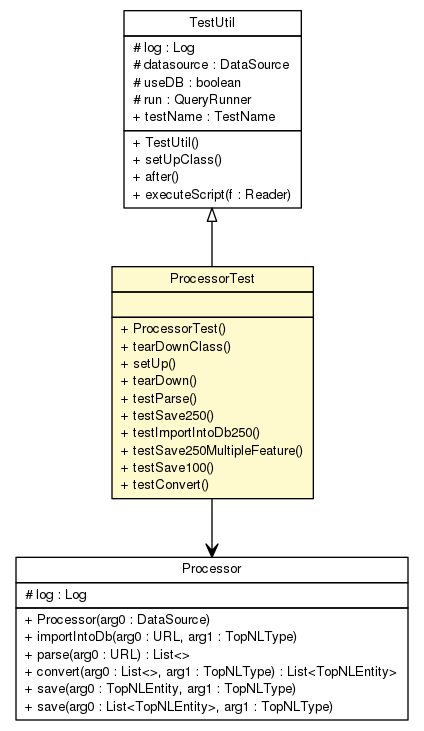
B3Partners/brmo keeps this Graphviz diagram as topnlparser/testapidocs/nl/b3p/topnl/ProcessorTest.png. Above is the earlier version. Its source is kept beside it as topnlparser/testapidocs/nl/b3p/topnl/ProcessorTest.dot. The source it was exported from:
```dot

digraph G {
	edge [fontname="Helvetica",fontsize=10,labelfontname="Helvetica",labelfontsize=10];
	node [fontname="Helvetica",fontsize=10,shape=plaintext];
	nodesep=0.25;
	ranksep=0.5;
	c82 [label=<<table title="nl.b3p.topnl.ProcessorTest" border="0" cellborder="1" cellspacing="0" cellpadding="2" port="p" bgcolor="lemonChiffon" href="./ProcessorTest.html">
		<tr><td><table border="0" cellspacing="0" cellpadding="1">
<tr><td align="center" balign="center"> ProcessorTest </td></tr>
		</table></td></tr>
		<tr><td><table border="0" cellspacing="0" cellpadding="1">
<tr><td align="left" balign="left">  </td></tr>
		</table></td></tr>
		<tr><td><table border="0" cellspacing="0" cellpadding="1">
<tr><td align="left" balign="left"> + ProcessorTest() </td></tr>
<tr><td align="left" balign="left"> + tearDownClass() </td></tr>
<tr><td align="left" balign="left"> + setUp() </td></tr>
<tr><td align="left" balign="left"> + tearDown() </td></tr>
<tr><td align="left" balign="left"> + testParse() </td></tr>
<tr><td align="left" balign="left"> + testSave250() </td></tr>
<tr><td align="left" balign="left"> + testImportIntoDb250() </td></tr>
<tr><td align="left" balign="left"> + testSave250MultipleFeature() </td></tr>
<tr><td align="left" balign="left"> + testSave100() </td></tr>
<tr><td align="left" balign="left"> + testConvert() </td></tr>
		</table></td></tr>
		</table>>, URL="./ProcessorTest.html", fontname="Helvetica", fontcolor="black", fontsize=10.0];
	c83 [label=<<table title="nl.b3p.topnl.TestUtil" border="0" cellborder="1" cellspacing="0" cellpadding="2" port="p" href="./TestUtil.html">
		<tr><td><table border="0" cellspacing="0" cellpadding="1">
<tr><td align="center" balign="center"> TestUtil </td></tr>
		</table></td></tr>
		<tr><td><table border="0" cellspacing="0" cellpadding="1">
<tr><td align="left" balign="left"> # log : Log </td></tr>
<tr><td align="left" balign="left"> # datasource : DataSource </td></tr>
<tr><td align="left" balign="left"> # useDB : boolean </td></tr>
<tr><td align="left" balign="left"> # run : QueryRunner </td></tr>
<tr><td align="left" balign="left"> + testName : TestName </td></tr>
		</table></td></tr>
		<tr><td><table border="0" cellspacing="0" cellpadding="1">
<tr><td align="left" balign="left"> + TestUtil() </td></tr>
<tr><td align="left" balign="left"> + setUpClass() </td></tr>
<tr><td align="left" balign="left"> + after() </td></tr>
<tr><td align="left" balign="left"> + executeScript(f : Reader) </td></tr>
		</table></td></tr>
		</table>>, URL="./TestUtil.html", fontname="Helvetica", fontcolor="black", fontsize=10.0];
	c83:p -> c82:p [dir=back,arrowtail=empty];
	c82:p -> c92:p [taillabel="", label="", headlabel="", fontname="Helvetica", fontcolor="black", fontsize=10.0, color="black", arrowhead=open];
	c92 [label=<<table title="nl.b3p.topnl.Processor" border="0" cellborder="1" cellspacing="0" cellpadding="2" port="p">
		<tr><td><table border="0" cellspacing="0" cellpadding="1">
<tr><td align="center" balign="center"> Processor </td></tr>
		</table></td></tr>
		<tr><td><table border="0" cellspacing="0" cellpadding="1">
<tr><td align="left" balign="left"> # log : Log </td></tr>
		</table></td></tr>
		<tr><td><table border="0" cellspacing="0" cellpadding="1">
<tr><td align="left" balign="left"> + Processor(arg0 : DataSource) </td></tr>
<tr><td align="left" balign="left"> + importIntoDb(arg0 : URL, arg1 : TopNLType) </td></tr>
<tr><td align="left" balign="left"> + parse(arg0 : URL) : List&lt;&gt; </td></tr>
<tr><td align="left" balign="left"> + convert(arg0 : List&lt;&gt;, arg1 : TopNLType) : List&lt;TopNLEntity&gt; </td></tr>
<tr><td align="left" balign="left"> + save(arg0 : TopNLEntity, arg1 : TopNLType) </td></tr>
<tr><td align="left" balign="left"> + save(arg0 : List&lt;TopNLEntity&gt;, arg1 : TopNLType) </td></tr>
		</table></td></tr>
		</table>>, URL="null", fontname="Helvetica", fontcolor="black", fontsize=10.0];
}
```
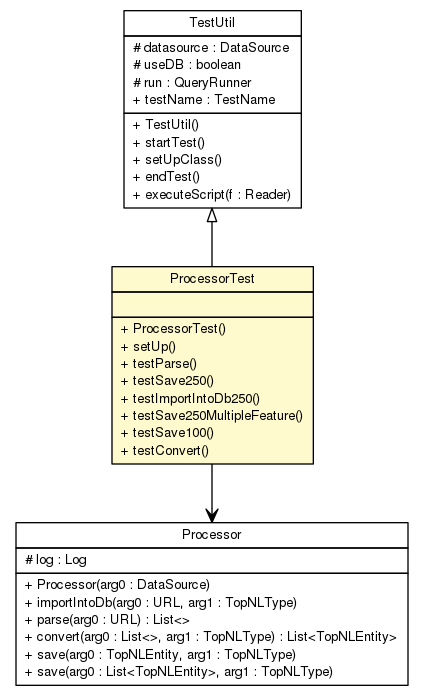
The same diagram one commit later.

Diff of the diagram source:
```diff
@@ -13,9 +13,7 @@
 		</table></td></tr>
 		<tr><td><table border="0" cellspacing="0" cellpadding="1">
 <tr><td align="left" balign="left"> + ProcessorTest() </td></tr>
-<tr><td align="left" balign="left"> + tearDownClass() </td></tr>
 <tr><td align="left" balign="left"> + setUp() </td></tr>
-<tr><td align="left" balign="left"> + tearDown() </td></tr>
 <tr><td align="left" balign="left"> + testParse() </td></tr>
 <tr><td align="left" balign="left"> + testSave250() </td></tr>
 <tr><td align="left" balign="left"> + testImportIntoDb250() </td></tr>
@@ -29,7 +27,6 @@
 <tr><td align="center" balign="center"> TestUtil </td></tr>
 		</table></td></tr>
 		<tr><td><table border="0" cellspacing="0" cellpadding="1">
-<tr><td align="left" balign="left"> # log : Log </td></tr>
 <tr><td align="left" balign="left"> # datasource : DataSource </td></tr>
 <tr><td align="left" balign="left"> # useDB : boolean </td></tr>
 <tr><td align="left" balign="left"> # run : QueryRunner </td></tr>
@@ -37,8 +34,9 @@
 		</table></td></tr>
 		<tr><td><table border="0" cellspacing="0" cellpadding="1">
 <tr><td align="left" balign="left"> + TestUtil() </td></tr>
+<tr><td align="left" balign="left"> + startTest() </td></tr>
 <tr><td align="left" balign="left"> + setUpClass() </td></tr>
-<tr><td align="left" balign="left"> + after() </td></tr>
+<tr><td align="left" balign="left"> + endTest() </td></tr>
 <tr><td align="left" balign="left"> + executeScript(f : Reader) </td></tr>
 		</table></td></tr>
 		</table>>, URL="./TestUtil.html", fontname="Helvetica", fontcolor="black", fontsize=10.0];
```
